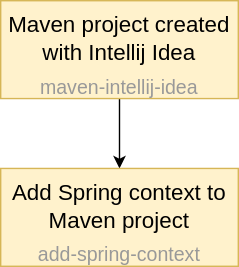
Above: profile/repositories-graph.svg in Romach-Education/.github (draw.io), before the change. Source tidied: cells renumbered, new cells last; positions are measured from the earlier drawing's top-left corner, leaving out a move shared by most shapes.
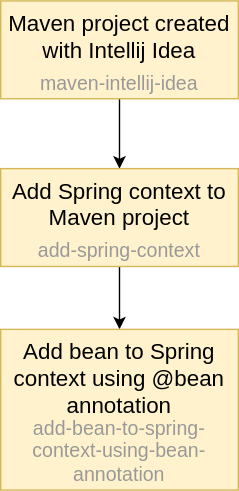
Later version of the same file.

Commit message:
Update repositories graph

What changed in the source:
```diff
@@ -8,20 +8,32 @@
     <mxCell id="3" style="rounded=0;whiteSpace=wrap;html=1;fillColor=#fff2cc;strokeColor=#d6b656;" parent="1" vertex="1">
       <mxGeometry width="170" height="70" as="geometry" />
     </mxCell>
-    <mxCell id="4" value="&lt;font color=&quot;#999999&quot; style=&quot;font-size: 14px;&quot;&gt;maven-intellij-idea&lt;/font&gt;" style="rounded=0;whiteSpace=wrap;html=1;strokeColor=none;fillColor=none;" parent="3" vertex="1">
+    <mxCell id="4" value="&lt;font color=&quot;#999999&quot; style=&quot;font-size: 14px;&quot;&gt;maven-intellij-idea&lt;/font&gt;" style="rounded=0;whiteSpace=wrap;html=1;strokeColor=none;fillColor=none;verticalAlign=bottom;" parent="3" vertex="1">
       <mxGeometry y="53.5" width="170" height="16.5" as="geometry" />
     </mxCell>
-    <mxCell id="5" value="&lt;font style=&quot;font-size: 16px;&quot;&gt;Maven project created with Intellij Idea&lt;/font&gt;" style="rounded=0;whiteSpace=wrap;html=1;strokeColor=none;fillColor=none;" parent="3" vertex="1">
+    <mxCell id="5" value="&lt;font style=&quot;font-size: 16px;&quot;&gt;Maven project created with Intellij Idea&lt;/font&gt;" style="rounded=0;whiteSpace=wrap;html=1;strokeColor=none;fillColor=none;verticalAlign=top;" parent="3" vertex="1">
       <mxGeometry width="170" height="54.4" as="geometry" />
     </mxCell>
+    <mxCell id="9" style="edgeStyle=orthogonalEdgeStyle;rounded=0;jettySize=auto;html=1;" parent="1" edge="1" source="6" target="12">
+      <mxGeometry relative="1" as="geometry" />
+    </mxCell>
     <mxCell id="6" style="rounded=0;whiteSpace=wrap;html=1;fillColor=#fff2cc;strokeColor=#d6b656;" parent="1" vertex="1">
       <mxGeometry y="120" width="170" height="70" as="geometry" />
     </mxCell>
-    <mxCell id="7" value="&lt;font color=&quot;#999999&quot; style=&quot;font-size: 14px;&quot;&gt;add-spring-context&lt;/font&gt;" style="rounded=0;whiteSpace=wrap;html=1;strokeColor=none;fillColor=none;" parent="6" vertex="1">
+    <mxCell id="7" value="&lt;font color=&quot;#999999&quot; style=&quot;font-size: 14px;&quot;&gt;add-spring-context&lt;/font&gt;" style="rounded=0;whiteSpace=wrap;html=1;strokeColor=none;fillColor=none;verticalAlign=bottom;" parent="6" vertex="1">
       <mxGeometry y="53.5" width="170" height="16.5" as="geometry" />
     </mxCell>
-    <mxCell id="8" value="&lt;font style=&quot;font-size: 16px;&quot;&gt;Add Spring context to Maven project&lt;/font&gt;" style="rounded=0;whiteSpace=wrap;html=1;strokeColor=none;fillColor=none;" parent="6" vertex="1">
+    <mxCell id="8" value="&lt;font style=&quot;font-size: 16px;&quot;&gt;Add Spring context to Maven project&lt;/font&gt;" style="rounded=0;whiteSpace=wrap;html=1;strokeColor=none;fillColor=none;verticalAlign=top;" parent="6" vertex="1">
       <mxGeometry width="170" height="54.4" as="geometry" />
     </mxCell>
+    <mxCell id="10" style="rounded=0;whiteSpace=wrap;html=1;fillColor=#fff2cc;strokeColor=#d6b656;" parent="1" vertex="1">
+      <mxGeometry y="235" width="170" height="115" as="geometry" />
+    </mxCell>
+    <mxCell id="11" value="&lt;font color=&quot;#999999&quot; style=&quot;font-size: 14px;&quot;&gt;add-bean-to-spring-context-using-bean-annotation&lt;/font&gt;" style="rounded=0;whiteSpace=wrap;html=1;strokeColor=none;fillColor=none;verticalAlign=bottom;" parent="10" vertex="1">
+      <mxGeometry y="68.1" width="170" height="46.9" as="geometry" />
+    </mxCell>
+    <mxCell id="12" value="&lt;font style=&quot;font-size: 16px;&quot;&gt;Add bean to Spring context using @bean annotation&lt;/font&gt;" style="rounded=0;whiteSpace=wrap;html=1;strokeColor=none;fillColor=none;verticalAlign=top;" parent="10" vertex="1">
+      <mxGeometry width="170" height="68.1" as="geometry" />
+    </mxCell>
   </root>
 </mxGraphModel>
```
